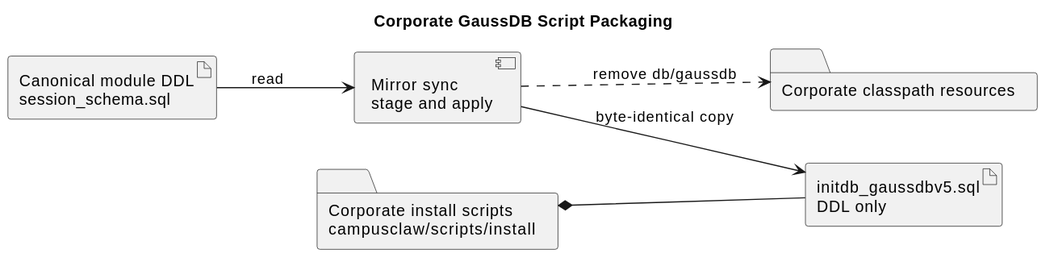
Earlier version of the PlantUML export docs/designs/coding-agent-cli/corporate-gaussdb-script-layout.svg (2862282695gjh-afk/pi-mono-java).
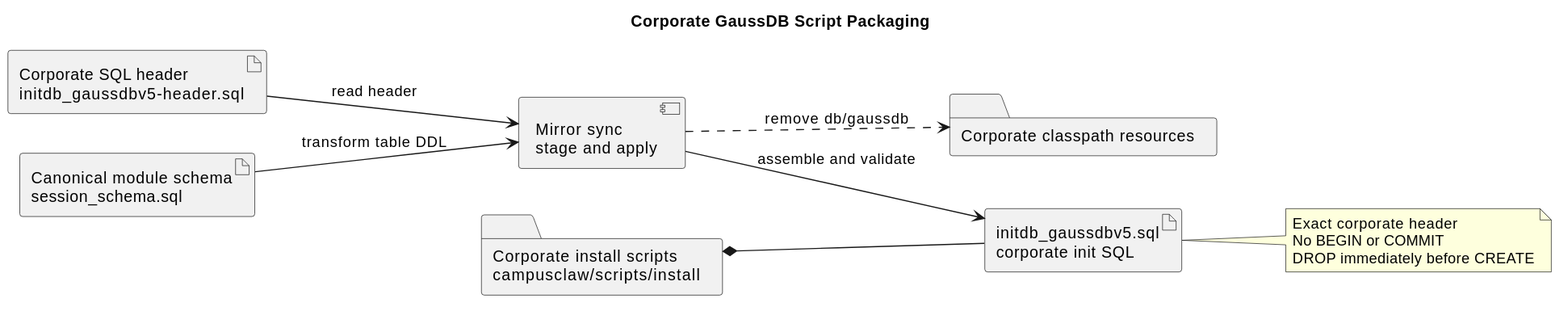
The same diagram one commit later.

Diff of the diagram source:
```diff
@@ -4,14 +4,22 @@
 skinparam backgroundColor white
 
 
-artifact "Canonical module DDL\nsession_schema.sql" as Canonical
+artifact "Corporate SQL header\ninitdb_gaussdbv5-header.sql" as CorporateHeader
+artifact "Canonical module schema\nsession_schema.sql" as Canonical
 component "Mirror sync\nstage and apply" as Sync
 folder "Corporate install scripts\ncampusclaw/scripts/install" as Install
-artifact "initdb_gaussdbv5.sql\nDDL only" as InitScript
+artifact "initdb_gaussdbv5.sql\ncorporate init SQL" as InitScript
 folder "Corporate classpath resources" as Resources
 
-Canonical --> Sync : read
-Sync --> InitScript : byte-identical copy
+CorporateHeader --> Sync : read header
+Canonical --> Sync : transform table DDL
+Sync --> InitScript : assemble and validate
 Install *-- InitScript
 Sync ..> Resources : remove db/gaussdb
+
+note right of InitScript
+  Exact corporate header
+  No BEGIN or COMMIT
+  DROP immediately before CREATE
+end note
 @enduml
```
